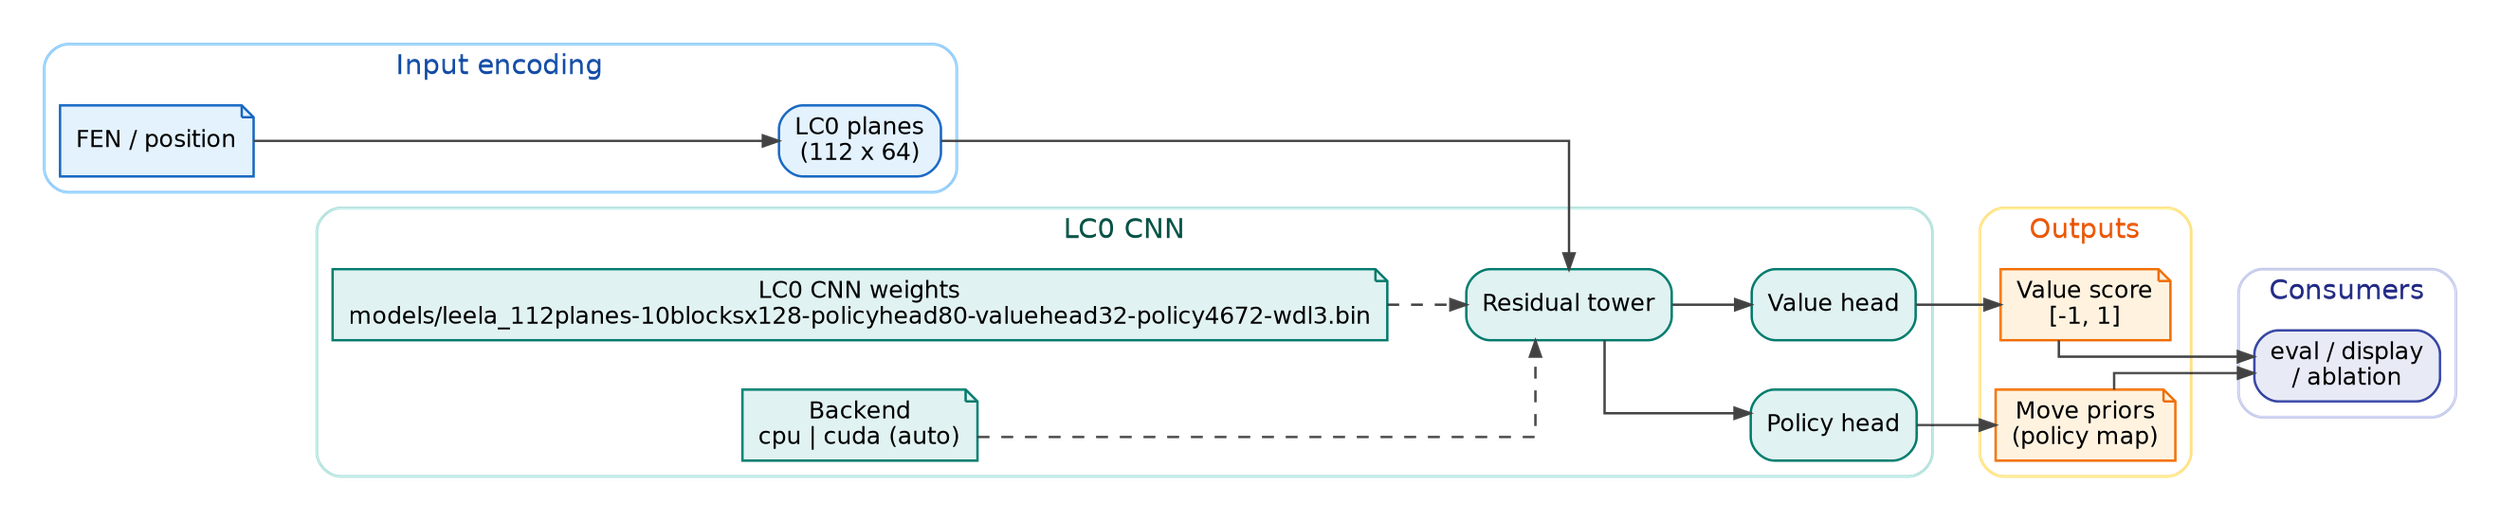
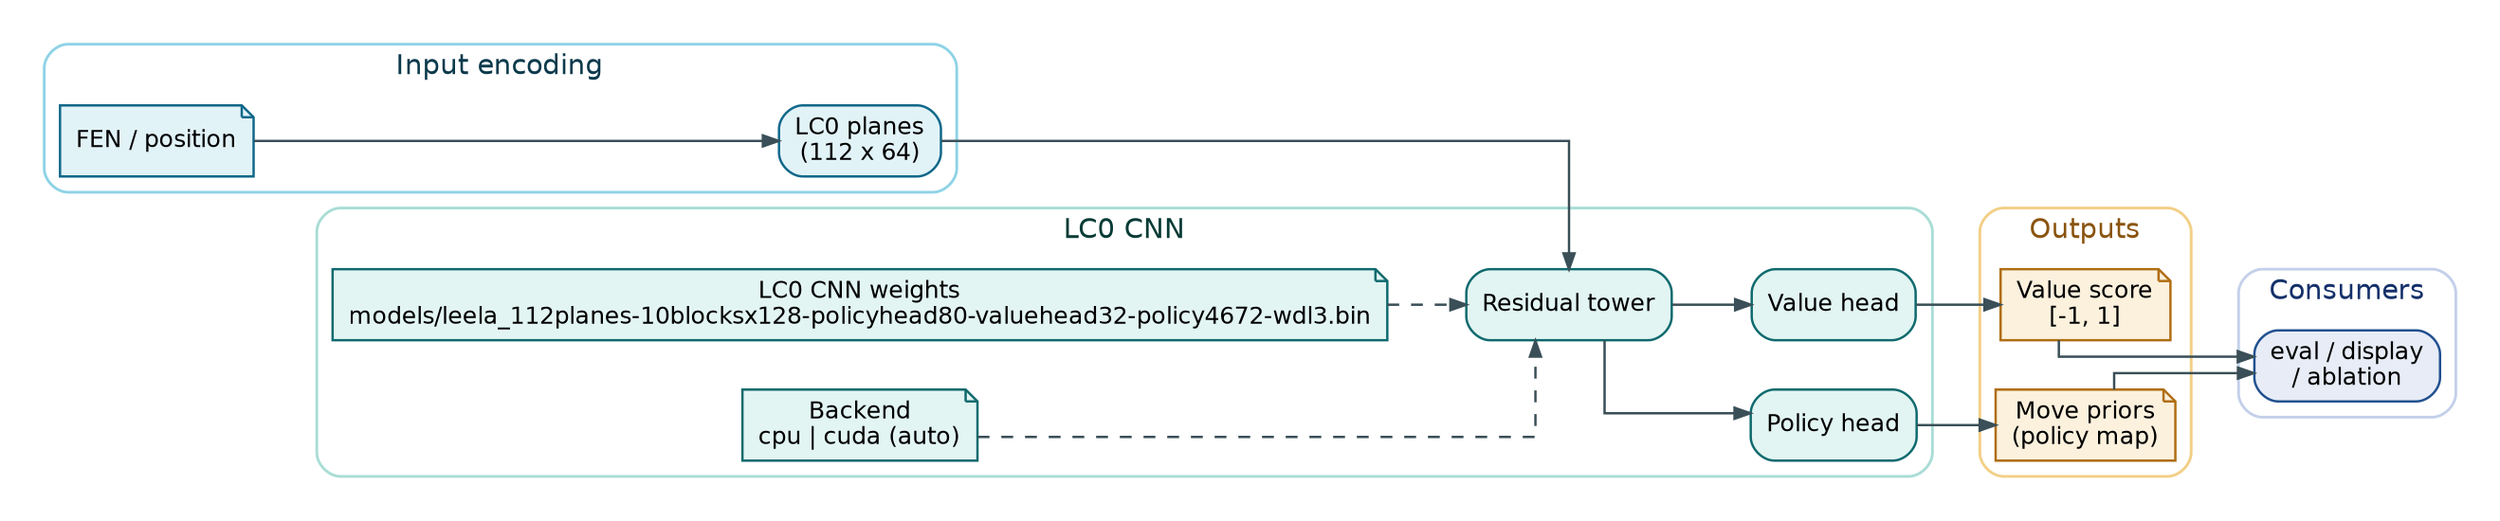
digraph crtk_lc0_cnn {
  rankdir=LR;
-   bgcolor="transparent";
+   bgcolor="#ffffff";
  splines=ortho;
  pad="0.20";
  nodesep="0.35";
  ranksep="0.55";

  graph [fontname="Helvetica", fontsize=14];
  node  [fontname="Helvetica", fontsize=12];
-   edge  [fontname="Helvetica", fontsize=10, color="#424242", arrowsize=0.8, penwidth=1.2];
+   edge  [fontname="Helvetica", fontsize=10, color="#3a4f57", arrowsize=0.8, penwidth=1.2];

  subgraph cluster_input {
    label="Input encoding";
    style="rounded";
-     color="#90CAF9";
-     fontcolor="#0D47A1";
+     color="#8fd3e6";
+     fontcolor="#0c3a4c";
    penwidth=1.4;

-     node [shape=note, style="filled", fillcolor="#E3F2FD", color="#1565C0", penwidth=1.2];
+     node [shape=note, style="filled", fillcolor="#e2f3f8", color="#11688a", penwidth=1.2];
    fen [label="FEN / position"];

-     node [shape=box, style="rounded,filled", fillcolor="#E3F2FD", color="#1565C0", penwidth=1.2];
+     node [shape=box, style="rounded,filled", fillcolor="#e2f3f8", color="#11688a", penwidth=1.2];
    planes [label="LC0 planes\n(112 x 64)"];
  }

  subgraph cluster_model {
    label="LC0 CNN";
    style="rounded";
-     color="#B2DFDB";
-     fontcolor="#004D40";
+     color="#a9ddd6";
+     fontcolor="#073b35";
    penwidth=1.4;

-     node [shape=box, style="rounded,filled", fillcolor="#E0F2F1", color="#00796B", penwidth=1.2];
+     node [shape=box, style="rounded,filled", fillcolor="#e2f5f2", color="#0f6a6e", penwidth=1.2];
    cnn [label="Residual tower"];
    policy_head [label="Policy head"];
    value_head [label="Value head"];

-     node [shape=note, style="filled", fillcolor="#E0F2F1", color="#00796B", penwidth=1.2];
+     node [shape=note, style="filled", fillcolor="#e2f5f2", color="#0f6a6e", penwidth=1.2];
    weights [label="LC0 CNN weights\nmodels/leela_112planes-10blocksx128-policyhead80-valuehead32-policy4672-wdl3.bin"];
    backend [label="Backend\ncpu | cuda (auto)"];
  }

  subgraph cluster_outputs {
    label="Outputs";
    style="rounded";
-     color="#FFE082";
-     fontcolor="#E65100";
+     color="#f2cf86";
+     fontcolor="#8a5410";
    penwidth=1.4;

-     node [shape=note, style="filled", fillcolor="#FFF3E0", color="#EF6C00", penwidth=1.2];
+     node [shape=note, style="filled", fillcolor="#fbf1dd", color="#b06d12", penwidth=1.2];
    policy [label="Move priors\n(policy map)"];
    value [label="Value score\n[-1, 1]"];
  }

  subgraph cluster_use {
    label="Consumers";
    style="rounded";
-     color="#C5CAE9";
-     fontcolor="#1A237E";
+     color="#c4d0ea";
+     fontcolor="#14306a";
    penwidth=1.4;

-     node [shape=box, style="rounded,filled", fillcolor="#E8EAF6", color="#303F9F", penwidth=1.2];
+     node [shape=box, style="rounded,filled", fillcolor="#e7ecf6", color="#21508f", penwidth=1.2];
    consumers [label="eval / display\n/ ablation"];
  }

  fen -> planes;
  planes -> cnn;
  cnn -> policy_head;
  cnn -> value_head;
  policy_head -> policy;
  value_head -> value;
  policy -> consumers;
  value -> consumers;

  weights -> cnn [style=dashed];
  backend -> cnn [style=dashed];
}
